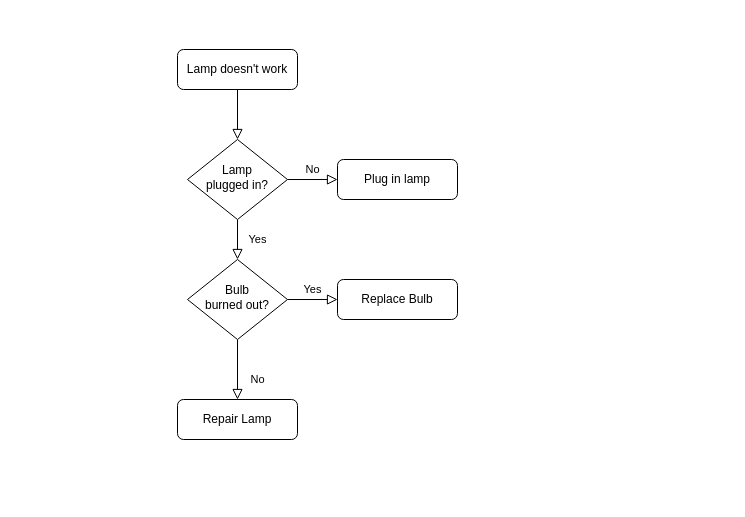
15973217290/my_rep01 keeps this draw.io diagram as 告警图关系.drawio. Above is the earlier version. Source tidied: cells renumbered, new cells numbered last; positions are measured from the earlier drawing's top-left corner, leaving out a move shared by most shapes. Both pictures are drawn from the tidied source at 100%, with x=0, y=0 at pixel (177, 49).
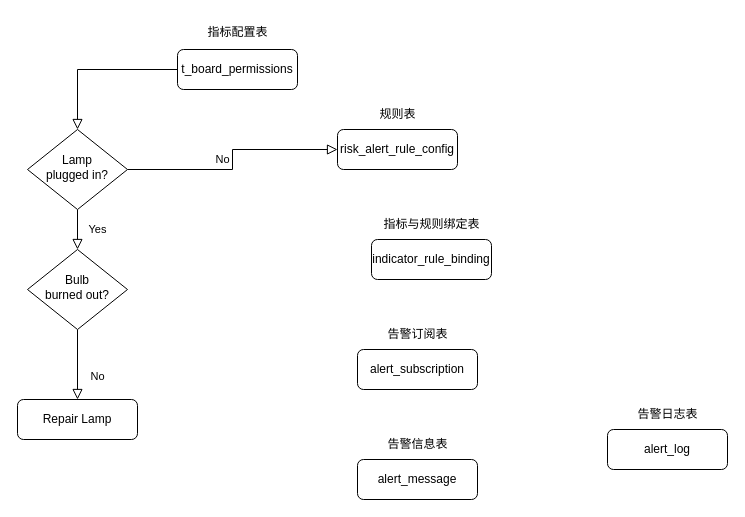
Above is the later version.

Commit message (it also covers changes not shown here):
更新告警图关系.drawio

Diff of the diagram source:
```diff
@@
-    <mxCell id="3" value="Lamp doesn't work" style="rounded=1;whiteSpace=wrap;html=1;fontSize=12;glass=0;strokeWidth=1;shadow=0;" parent="1" vertex="1">
+    <mxCell id="3" value="t_board_permissions" style="rounded=1;whiteSpace=wrap;html=1;fontSize=12;glass=0;strokeWidth=1;shadow=0;" parent="1" vertex="1">
       <mxGeometry width="120" height="40" as="geometry" />
     </mxCell>
@@
     <mxCell id="6" value="Lamp&lt;br&gt;plugged in?" style="rhombus;whiteSpace=wrap;html=1;shadow=0;fontFamily=Helvetica;fontSize=12;align=center;strokeWidth=1;spacing=6;spacingTop=-4;" parent="1" vertex="1">
-      <mxGeometry x="10" y="90" width="100" height="80" as="geometry" />
+      <mxGeometry x="-150" y="80" width="100" height="80" as="geometry" />
     </mxCell>
-    <mxCell id="7" value="Plug in lamp" style="rounded=1;whiteSpace=wrap;html=1;fontSize=12;glass=0;strokeWidth=1;shadow=0;" parent="1" vertex="1">
-      <mxGeometry x="160" y="110" width="120" height="40" as="geometry" />
+    <mxCell id="7" value="risk_alert_rule_config" style="rounded=1;whiteSpace=wrap;html=1;fontSize=12;glass=0;strokeWidth=1;shadow=0;" parent="1" vertex="1">
+      <mxGeometry x="160" y="80" width="120" height="40" as="geometry" />
     </mxCell>
@@
-    <mxCell id="9" value="Yes" style="edgeStyle=orthogonalEdgeStyle;rounded=0;html=1;jettySize=auto;fontSize=11;endArrow=block;endFill=0;endSize=8;strokeWidth=1;shadow=0;labelBackgroundColor=none;" parent="1" edge="1" source="10" target="12">
-      <mxGeometry y="10" relative="1" as="geometry" />
-    </mxCell>
     <mxCell id="10" value="Bulb&lt;br&gt;burned out?" style="rhombus;whiteSpace=wrap;html=1;shadow=0;fontFamily=Helvetica;fontSize=12;align=center;strokeWidth=1;spacing=6;spacingTop=-4;" parent="1" vertex="1">
-      <mxGeometry x="10" y="210" width="100" height="80" as="geometry" />
+      <mxGeometry x="-150" y="200" width="100" height="80" as="geometry" />
     </mxCell>
     <mxCell id="11" value="Repair Lamp" style="rounded=1;whiteSpace=wrap;html=1;fontSize=12;glass=0;strokeWidth=1;shadow=0;" parent="1" vertex="1">
-      <mxGeometry y="350" width="120" height="40" as="geometry" />
+      <mxGeometry x="-160" y="350" width="120" height="40" as="geometry" />
     </mxCell>
-    <mxCell id="12" value="Replace Bulb" style="rounded=1;whiteSpace=wrap;html=1;fontSize=12;glass=0;strokeWidth=1;shadow=0;" parent="1" vertex="1">
-      <mxGeometry x="160" y="230" width="120" height="40" as="geometry" />
+    <mxCell id="12" value="alert_message" style="rounded=1;whiteSpace=wrap;html=1;fontSize=12;glass=0;strokeWidth=1;shadow=0;" parent="1" vertex="1">
+      <mxGeometry x="180" y="410" width="120" height="40" as="geometry" />
     </mxCell>
+    <mxCell id="13" value="指标配置表" style="text;html=1;align=center;verticalAlign=middle;strokeColor=none;fillColor=none;" parent="1" vertex="1">
+      <mxGeometry x="20" y="-32" width="80" height="30" as="geometry" />
+    </mxCell>
+    <mxCell id="14" value="规则表" style="text;html=1;align=center;verticalAlign=middle;strokeColor=none;fillColor=none;" parent="1" vertex="1">
+      <mxGeometry x="190" y="50" width="60" height="30" as="geometry" />
+    </mxCell>
+    <mxCell id="15" value="indicator_rule_binding" style="rounded=1;whiteSpace=wrap;html=1;fontSize=12;glass=0;strokeWidth=1;shadow=0;" parent="1" vertex="1">
+      <mxGeometry x="194" y="190" width="120" height="40" as="geometry" />
+    </mxCell>
+    <mxCell id="16" value="指标与规则绑定表" style="text;html=1;align=center;verticalAlign=middle;strokeColor=none;fillColor=none;" parent="1" vertex="1">
+      <mxGeometry x="194" y="160" width="120" height="30" as="geometry" />
+    </mxCell>
+    <mxCell id="17" value="alert_subscription" style="rounded=1;whiteSpace=wrap;html=1;fontSize=12;glass=0;strokeWidth=1;shadow=0;" parent="1" vertex="1">
+      <mxGeometry x="180" y="300" width="120" height="40" as="geometry" />
+    </mxCell>
+    <mxCell id="18" value="告警订阅表" style="text;html=1;align=center;verticalAlign=middle;strokeColor=none;fillColor=none;" parent="1" vertex="1">
+      <mxGeometry x="200" y="270" width="80" height="30" as="geometry" />
+    </mxCell>
+    <mxCell id="19" value="告警信息表" style="text;html=1;align=center;verticalAlign=middle;strokeColor=none;fillColor=none;" parent="1" vertex="1">
+      <mxGeometry x="200" y="380" width="80" height="30" as="geometry" />
+    </mxCell>
+    <mxCell id="20" value="alert_log" style="rounded=1;whiteSpace=wrap;html=1;fontSize=12;glass=0;strokeWidth=1;shadow=0;" parent="1" vertex="1">
+      <mxGeometry x="430" y="380" width="120" height="40" as="geometry" />
+    </mxCell>
+    <mxCell id="21" value="告警日志表" style="text;html=1;align=center;verticalAlign=middle;strokeColor=none;fillColor=none;" parent="1" vertex="1">
+      <mxGeometry x="450" y="350" width="80" height="30" as="geometry" />
+    </mxCell>
```
